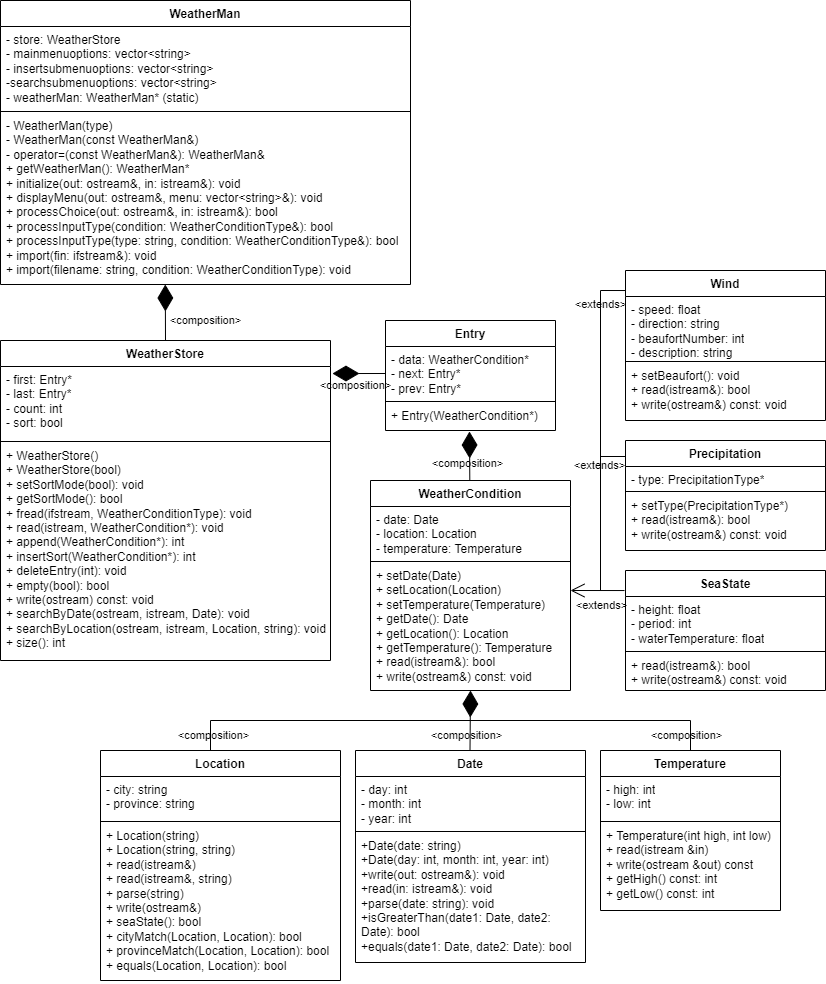
This is classdiagram.drawio.png from otuwase-hub/TheWeatherMan, a draw.io export, as it was before one commit. Source tidied: cells renumbered, new cells last; positions are measured from the earlier drawing's top-left corner, leaving out a move shared by most shapes.
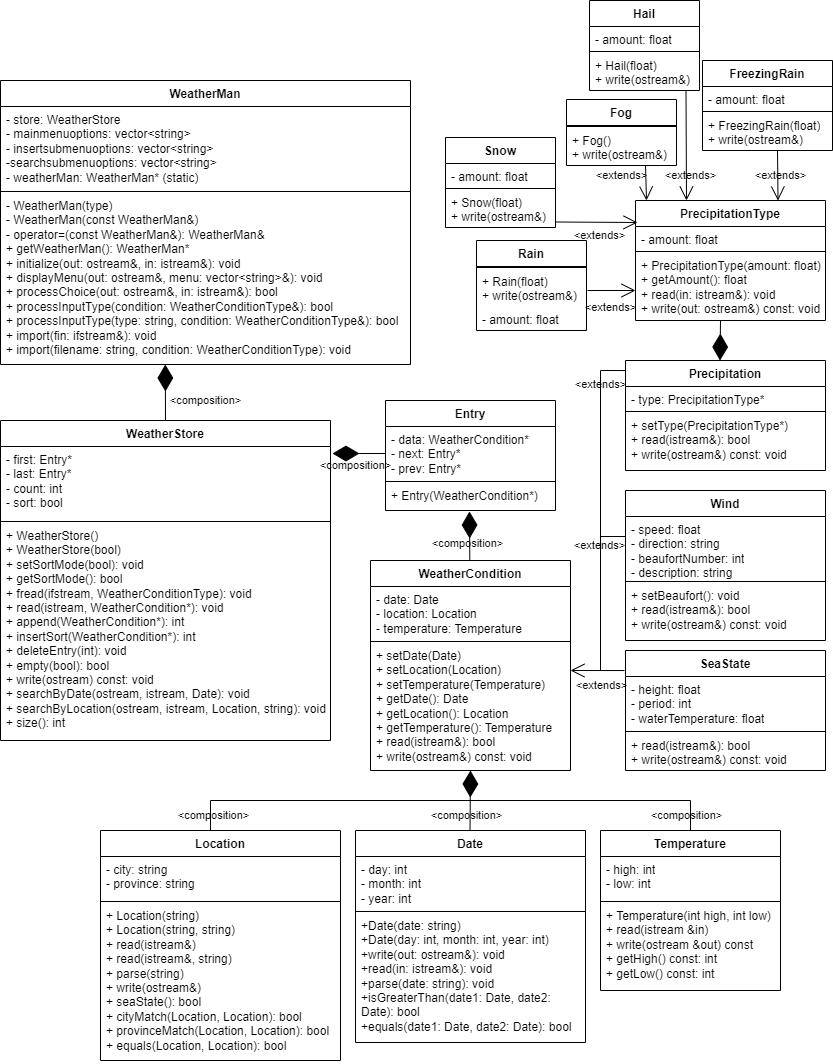
The same file after the commit.

Change to the diagram source:
```diff
@@ -54,7 +54,7 @@
       <mxGeometry y="82" width="200" height="128" as="geometry" />
     </mxCell>
     <mxCell id="19" value="Precipitation" style="swimlane;fontStyle=1;align=center;verticalAlign=top;horizontal=1;startSize=26;whiteSpace=wrap;html=1;" parent="1" vertex="1">
-      <mxGeometry x="625" y="440" width="200" height="110" as="geometry" />
+      <mxGeometry x="625" y="280" width="200" height="110" as="geometry" />
     </mxCell>
     <mxCell id="20" value="- type: PrecipitationType*" style="text;strokeColor=none;fillColor=none;align=left;verticalAlign=top;spacingLeft=4;spacingRight=4;overflow=hidden;whiteSpace=wrap;html=1;" parent="19" vertex="1">
       <mxGeometry y="26" width="200" height="24" as="geometry" />
@@ -119,7 +119,7 @@
       <mxGeometry y="72" width="240" height="158" as="geometry" />
     </mxCell>
     <mxCell id="40" value="Wind" style="swimlane;fontStyle=1;align=center;verticalAlign=top;horizontal=1;startSize=26;whiteSpace=wrap;html=1;" parent="1" vertex="1">
-      <mxGeometry x="625" y="270" width="200" height="150" as="geometry" />
+      <mxGeometry x="625" y="410" width="200" height="150" as="geometry" />
     </mxCell>
     <mxCell id="41" value="&lt;div style=&quot;border-color: var(--border-color);&quot;&gt;- speed: float&lt;/div&gt;&lt;div style=&quot;border-color: var(--border-color);&quot;&gt;- direction: string&lt;/div&gt;&lt;div style=&quot;border-color: var(--border-color);&quot;&gt;&lt;span style=&quot;border-color: var(--border-color); background-color: initial;&quot;&gt;- beaufortNumber: int&lt;/span&gt;&lt;/div&gt;&lt;div style=&quot;border-color: var(--border-color);&quot;&gt;- description: string&lt;/div&gt;" style="text;strokeColor=none;fillColor=none;align=left;verticalAlign=top;spacingLeft=4;spacingRight=4;overflow=hidden;whiteSpace=wrap;html=1;" parent="40" vertex="1">
       <mxGeometry y="26" width="200" height="64" as="geometry" />
@@ -205,5 +205,124 @@
     <mxCell id="61" value="&amp;lt;extends&amp;gt;" style="text;html=1;align=center;verticalAlign=middle;strokeColor=none;fillColor=none;fontSize=11;fontFamily=Helvetica;fontColor=default;" parent="1" vertex="1">
       <mxGeometry x="565" y="289" width="70" height="30" as="geometry" />
     </mxCell>
+    <mxCell id="62" value="PrecipitationType" style="swimlane;fontStyle=1;align=center;verticalAlign=top;horizontal=1;startSize=26;whiteSpace=wrap;html=1;" parent="1" vertex="1">
+      <mxGeometry x="635" y="120" width="190" height="120" as="geometry" />
+    </mxCell>
+    <mxCell id="63" value="- amount: float" style="text;strokeColor=none;fillColor=none;align=left;verticalAlign=top;spacingLeft=4;spacingRight=4;overflow=hidden;whiteSpace=wrap;html=1;" parent="62" vertex="1">
+      <mxGeometry y="26" width="190" height="24" as="geometry" />
+    </mxCell>
+    <mxCell id="64" style="line;strokeWidth=1;fillColor=none;align=left;verticalAlign=middle;spacingTop=-1;spacingLeft=3;spacingRight=3;labelPosition=right;strokeColor=inherit;" parent="62" vertex="1">
+      <mxGeometry y="50" width="190" height="2" as="geometry" />
+    </mxCell>
+    <mxCell id="65" value="&lt;div&gt;+ PrecipitationType(amount: float)&lt;/div&gt;&lt;div&gt;+ getAmount(): float&lt;/div&gt;&lt;div&gt;+ read(in: istream&amp;amp;): void&amp;nbsp;&lt;/div&gt;&lt;div&gt;+ write(out: ostream&amp;amp;) const: void&lt;br&gt;&lt;/div&gt;" style="text;strokeColor=none;fillColor=none;align=left;verticalAlign=top;spacingLeft=4;spacingRight=4;overflow=hidden;whiteSpace=wrap;html=1;" parent="62" vertex="1">
+      <mxGeometry y="52" width="190" height="68" as="geometry" />
+    </mxCell>
+    <mxCell id="66" style="endArrow=diamondThin;endFill=1;endSize=24;html=1;rounded=0;entryX=0.402;entryY=1;entryDx=0;entryDy=0;entryPerimeter=0;" parent="1" edge="1">
+      <mxGeometry relative="1" as="geometry">
+        <mxPoint x="720" y="240" as="sourcePoint" />
+        <mxPoint x="719.5" y="280" as="targetPoint" />
+      </mxGeometry>
+    </mxCell>
+    <mxCell id="67" value="Rain" style="swimlane;fontStyle=1;align=center;verticalAlign=top;horizontal=1;startSize=26;whiteSpace=wrap;html=1;" parent="1" vertex="1">
+      <mxGeometry x="476" y="160" width="110" height="90" as="geometry" />
+    </mxCell>
+    <mxCell id="68" style="line;strokeWidth=1;fillColor=none;align=left;verticalAlign=middle;spacingTop=-1;spacingLeft=3;spacingRight=3;labelPosition=right;strokeColor=inherit;" parent="67" vertex="1">
+      <mxGeometry y="26" width="110" height="2" as="geometry" />
+    </mxCell>
+    <mxCell id="69" value="&lt;div&gt;+ Rain(float)&lt;/div&gt;&lt;div&gt;+ write(ostream&amp;amp;)&lt;/div&gt;" style="text;strokeColor=none;fillColor=none;align=left;verticalAlign=top;spacingLeft=4;spacingRight=4;overflow=hidden;whiteSpace=wrap;html=1;" parent="67" vertex="1">
+      <mxGeometry y="28" width="110" height="38" as="geometry" />
+    </mxCell>
+    <mxCell id="70" value="- amount: float" style="text;strokeColor=none;fillColor=none;align=left;verticalAlign=top;spacingLeft=4;spacingRight=4;overflow=hidden;whiteSpace=wrap;html=1;" parent="67" vertex="1">
+      <mxGeometry y="66" width="110" height="24" as="geometry" />
+    </mxCell>
+    <mxCell id="71" value="Snow" style="swimlane;fontStyle=1;align=center;verticalAlign=top;horizontal=1;startSize=26;whiteSpace=wrap;html=1;" parent="1" vertex="1">
+      <mxGeometry x="445" y="57" width="110" height="90" as="geometry" />
+    </mxCell>
+    <mxCell id="72" value="- amount: float" style="text;strokeColor=none;fillColor=none;align=left;verticalAlign=top;spacingLeft=4;spacingRight=4;overflow=hidden;whiteSpace=wrap;html=1;" parent="71" vertex="1">
+      <mxGeometry y="26" width="110" height="24" as="geometry" />
+    </mxCell>
+    <mxCell id="73" style="line;strokeWidth=1;fillColor=none;align=left;verticalAlign=middle;spacingTop=-1;spacingLeft=3;spacingRight=3;labelPosition=right;strokeColor=inherit;" parent="71" vertex="1">
+      <mxGeometry y="50" width="110" height="2" as="geometry" />
+    </mxCell>
+    <mxCell id="74" value="&lt;div&gt;+ Snow(float)&lt;/div&gt;&lt;div&gt;+ write(ostream&amp;amp;)&lt;/div&gt;" style="text;strokeColor=none;fillColor=none;align=left;verticalAlign=top;spacingLeft=4;spacingRight=4;overflow=hidden;whiteSpace=wrap;html=1;" parent="71" vertex="1">
+      <mxGeometry y="52" width="110" height="38" as="geometry" />
+    </mxCell>
+    <mxCell id="75" value="Hail" style="swimlane;fontStyle=1;align=center;verticalAlign=top;horizontal=1;startSize=26;whiteSpace=wrap;html=1;" parent="1" vertex="1">
+      <mxGeometry x="589" y="-80" width="110" height="90" as="geometry" />
+    </mxCell>
+    <mxCell id="76" value="- amount: float" style="text;strokeColor=none;fillColor=none;align=left;verticalAlign=top;spacingLeft=4;spacingRight=4;overflow=hidden;whiteSpace=wrap;html=1;" parent="75" vertex="1">
+      <mxGeometry y="26" width="110" height="24" as="geometry" />
+    </mxCell>
+    <mxCell id="77" style="line;strokeWidth=1;fillColor=none;align=left;verticalAlign=middle;spacingTop=-1;spacingLeft=3;spacingRight=3;labelPosition=right;strokeColor=inherit;" parent="75" vertex="1">
+      <mxGeometry y="50" width="110" height="2" as="geometry" />
+    </mxCell>
+    <mxCell id="78" value="&lt;div&gt;+ Hail(float)&lt;/div&gt;&lt;div&gt;+ write(ostream&amp;amp;)&lt;/div&gt;" style="text;strokeColor=none;fillColor=none;align=left;verticalAlign=top;spacingLeft=4;spacingRight=4;overflow=hidden;whiteSpace=wrap;html=1;" parent="75" vertex="1">
+      <mxGeometry y="52" width="110" height="38" as="geometry" />
+    </mxCell>
+    <mxCell id="79" value="FreezingRain" style="swimlane;fontStyle=1;align=center;verticalAlign=top;horizontal=1;startSize=26;whiteSpace=wrap;html=1;" parent="1" vertex="1">
+      <mxGeometry x="702" y="-20" width="130" height="90" as="geometry" />
+    </mxCell>
+    <mxCell id="80" value="- amount: float" style="text;strokeColor=none;fillColor=none;align=left;verticalAlign=top;spacingLeft=4;spacingRight=4;overflow=hidden;whiteSpace=wrap;html=1;" parent="79" vertex="1">
+      <mxGeometry y="26" width="130" height="24" as="geometry" />
+    </mxCell>
+    <mxCell id="81" style="line;strokeWidth=1;fillColor=none;align=left;verticalAlign=middle;spacingTop=-1;spacingLeft=3;spacingRight=3;labelPosition=right;strokeColor=inherit;" parent="79" vertex="1">
+      <mxGeometry y="50" width="130" height="2" as="geometry" />
+    </mxCell>
+    <mxCell id="82" value="&lt;div&gt;+ FreezingRain(float)&lt;/div&gt;&lt;div&gt;+ write(ostream&amp;amp;)&lt;/div&gt;" style="text;strokeColor=none;fillColor=none;align=left;verticalAlign=top;spacingLeft=4;spacingRight=4;overflow=hidden;whiteSpace=wrap;html=1;" parent="79" vertex="1">
+      <mxGeometry y="52" width="130" height="38" as="geometry" />
+    </mxCell>
+    <mxCell id="83" value="Fog" style="swimlane;fontStyle=1;align=center;verticalAlign=top;horizontal=1;startSize=26;whiteSpace=wrap;html=1;" parent="1" vertex="1">
+      <mxGeometry x="566" y="19" width="110" height="66" as="geometry" />
+    </mxCell>
+    <mxCell id="84" style="line;strokeWidth=1;fillColor=none;align=left;verticalAlign=middle;spacingTop=-1;spacingLeft=3;spacingRight=3;labelPosition=right;strokeColor=inherit;" parent="83" vertex="1">
+      <mxGeometry y="26" width="110" height="2" as="geometry" />
+    </mxCell>
+    <mxCell id="85" value="&lt;div&gt;+ Fog()&lt;/div&gt;&lt;div&gt;+ write(ostream&amp;amp;)&lt;/div&gt;" style="text;strokeColor=none;fillColor=none;align=left;verticalAlign=top;spacingLeft=4;spacingRight=4;overflow=hidden;whiteSpace=wrap;html=1;" parent="83" vertex="1">
+      <mxGeometry y="28" width="110" height="38" as="geometry" />
+    </mxCell>
+    <mxCell id="86" style="endArrow=open;endFill=1;endSize=12;html=1;rounded=0;labelBackgroundColor=default;strokeColor=default;fontFamily=Helvetica;fontSize=11;fontColor=default;shape=connector;" parent="1" edge="1">
+      <mxGeometry relative="1" as="geometry">
+        <mxPoint x="587" y="210" as="sourcePoint" />
+        <mxPoint x="635" y="210" as="targetPoint" />
+      </mxGeometry>
+    </mxCell>
+    <mxCell id="87" value="&amp;lt;extends&amp;gt;" style="text;html=1;align=center;verticalAlign=middle;strokeColor=none;fillColor=none;fontSize=11;fontFamily=Helvetica;fontColor=default;" parent="1" vertex="1">
+      <mxGeometry x="575" y="212" width="70" height="30" as="geometry" />
+    </mxCell>
+    <mxCell id="88" style="endArrow=open;endFill=1;endSize=12;html=1;rounded=0;labelBackgroundColor=default;strokeColor=default;fontFamily=Helvetica;fontSize=11;fontColor=default;shape=connector;" parent="1" edge="1">
+      <mxGeometry relative="1" as="geometry">
+        <mxPoint x="555" y="141.5" as="sourcePoint" />
+        <mxPoint x="637" y="142" as="targetPoint" />
+      </mxGeometry>
+    </mxCell>
+    <mxCell id="89" value="&amp;lt;extends&amp;gt;" style="text;html=1;align=center;verticalAlign=middle;strokeColor=none;fillColor=none;fontSize=11;fontFamily=Helvetica;fontColor=default;" parent="1" vertex="1">
+      <mxGeometry x="564" y="140" width="70" height="30" as="geometry" />
+    </mxCell>
+    <mxCell id="90" style="endArrow=open;endFill=1;endSize=12;html=1;rounded=0;labelBackgroundColor=default;strokeColor=default;fontFamily=Helvetica;fontSize=11;fontColor=default;shape=connector;entryX=0.75;entryY=0;entryDx=0;entryDy=0;" parent="1" edge="1" target="62">
+      <mxGeometry relative="1" as="geometry">
+        <mxPoint x="777" y="70" as="sourcePoint" />
+      </mxGeometry>
+    </mxCell>
+    <mxCell id="91" style="endArrow=open;endFill=1;endSize=12;html=1;rounded=0;labelBackgroundColor=default;strokeColor=default;fontFamily=Helvetica;fontSize=11;fontColor=default;shape=connector;" parent="1" edge="1">
+      <mxGeometry relative="1" as="geometry">
+        <mxPoint x="685.5" y="10" as="sourcePoint" />
+        <mxPoint x="686" y="120" as="targetPoint" />
+      </mxGeometry>
+    </mxCell>
+    <mxCell id="92" style="endArrow=open;endFill=1;endSize=12;html=1;rounded=0;labelBackgroundColor=default;strokeColor=default;fontFamily=Helvetica;fontSize=11;fontColor=default;shape=connector;" parent="1" edge="1">
+      <mxGeometry relative="1" as="geometry">
+        <mxPoint x="645" y="85" as="sourcePoint" />
+        <mxPoint x="646" y="120" as="targetPoint" />
+      </mxGeometry>
+    </mxCell>
+    <mxCell id="93" value="&amp;lt;extends&amp;gt;" style="text;html=1;align=center;verticalAlign=middle;strokeColor=none;fillColor=none;fontSize=11;fontFamily=Helvetica;fontColor=default;" parent="1" vertex="1">
+      <mxGeometry x="586" y="80" width="70" height="30" as="geometry" />
+    </mxCell>
+    <mxCell id="94" value="&amp;lt;extends&amp;gt;" style="text;html=1;align=center;verticalAlign=middle;strokeColor=none;fillColor=none;fontSize=11;fontFamily=Helvetica;fontColor=default;" parent="1" vertex="1">
+      <mxGeometry x="655" y="80" width="70" height="30" as="geometry" />
+    </mxCell>
+    <mxCell id="95" value="&amp;lt;extends&amp;gt;" style="text;html=1;align=center;verticalAlign=middle;strokeColor=none;fillColor=none;fontSize=11;fontFamily=Helvetica;fontColor=default;" parent="1" vertex="1">
+      <mxGeometry x="745" y="80" width="70" height="30" as="geometry" />
+    </mxCell>
   </root>
 </mxGraphModel>
```
